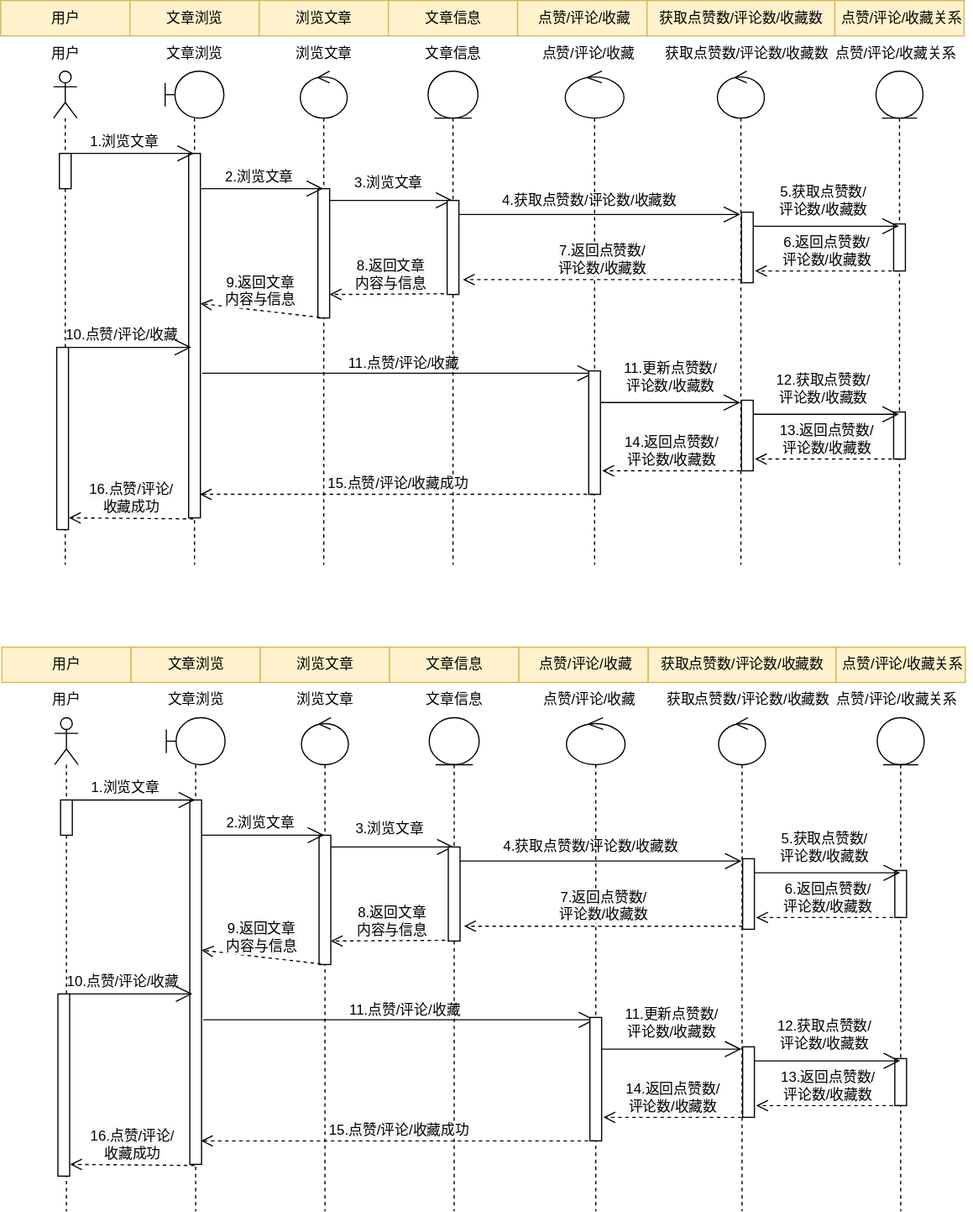
Before: 文章浏览序列图.drawio.svg, a diagram exported from draw.io (WuShangMo/SquidGame1). Source tidied: cells renumbered, new cells last; positions are measured from the earlier drawing's top-left corner, leaving out a move shared by most shapes.
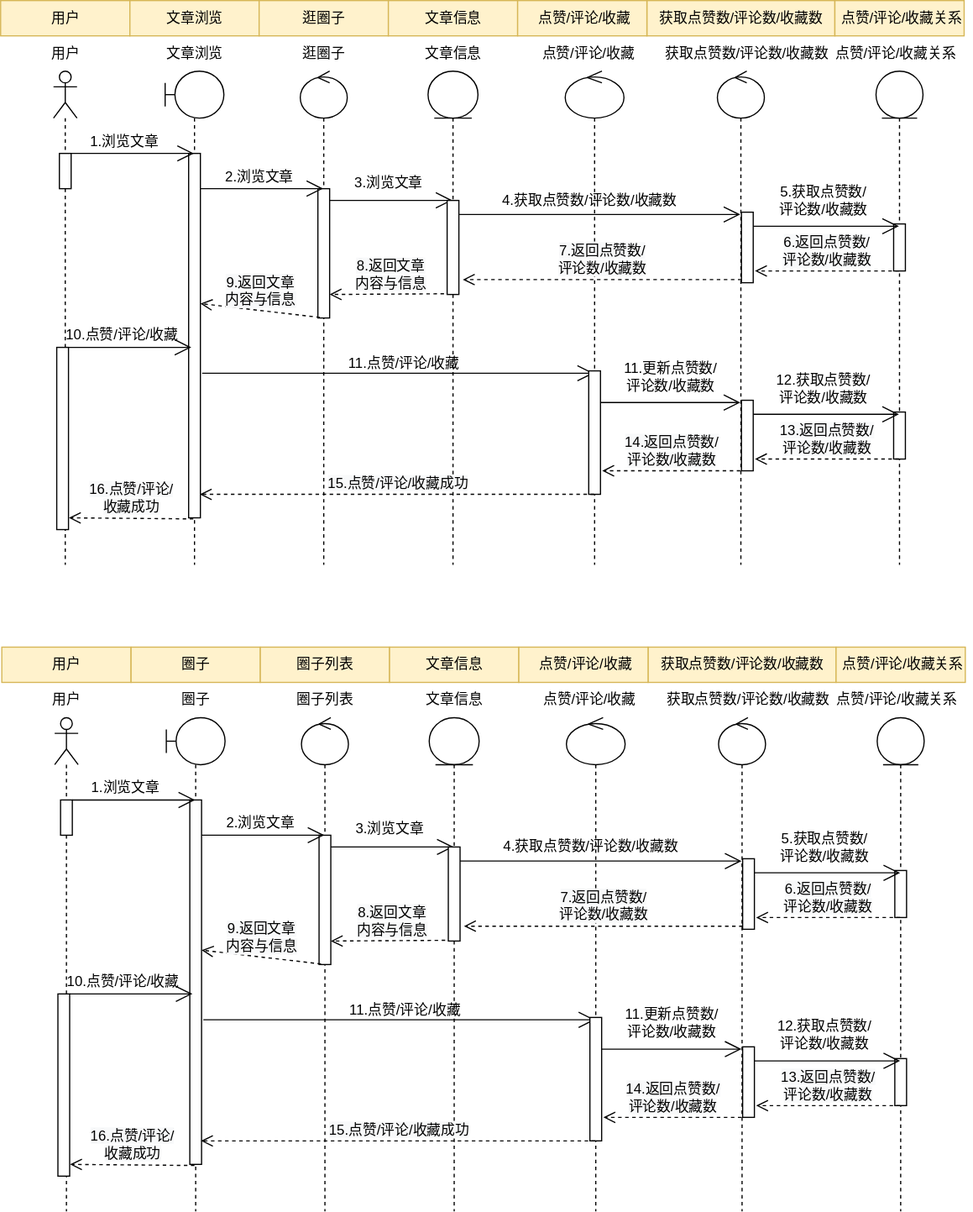
The same file after the commit.

Commit message:
更新文章浏览序列图.drawio.svg

The edit, as a diff of the source:
```diff
@@ -8,7 +8,7 @@
     <mxCell id="3" value="文章浏览" style="html=1;fillColor=#fff2cc;strokeColor=#d6b656;" parent="1" vertex="1">
       <mxGeometry x="110" width="110" height="30" as="geometry" />
     </mxCell>
-    <mxCell id="4" value="浏览文章" style="html=1;fillColor=#fff2cc;strokeColor=#d6b656;" parent="1" vertex="1">
+    <mxCell id="4" value="逛圈子" style="html=1;fillColor=#fff2cc;strokeColor=#d6b656;" parent="1" vertex="1">
       <mxGeometry x="220" width="110" height="30" as="geometry" />
     </mxCell>
     <mxCell id="5" value="文章信息" style="html=1;fillColor=#fff2cc;strokeColor=#d6b656;" parent="1" vertex="1">
@@ -103,8 +103,8 @@
     <mxCell id="30" value="文章浏览" style="text;html=1;align=center;verticalAlign=middle;strokeColor=none;fillColor=none;" parent="1" vertex="1">
       <mxGeometry x="130" y="30" width="70" height="30" as="geometry" />
     </mxCell>
-    <mxCell id="31" value="浏览文章" style="text;html=1;align=center;verticalAlign=middle;strokeColor=none;fillColor=none;" parent="1" vertex="1">
-      <mxGeometry x="240" y="30" width="70" height="30" as="geometry" />
+    <mxCell id="31" value="逛圈子" style="text;html=1;align=center;verticalAlign=middle;strokeColor=none;fillColor=none;" parent="1" vertex="1">
+      <mxGeometry x="245" y="30" width="60" height="30" as="geometry" />
     </mxCell>
     <mxCell id="32" value="文章信息" style="text;html=1;align=center;verticalAlign=middle;strokeColor=none;fillColor=none;" parent="1" vertex="1">
       <mxGeometry x="350" y="30" width="70" height="30" as="geometry" />
@@ -213,10 +213,10 @@
     <mxCell id="59" value="用户" style="html=1;fillColor=#fff2cc;strokeColor=#d6b656;" parent="1" vertex="1">
       <mxGeometry x="1" y="550" width="110" height="30" as="geometry" />
     </mxCell>
-    <mxCell id="60" value="文章浏览" style="html=1;fillColor=#fff2cc;strokeColor=#d6b656;" parent="1" vertex="1">
+    <mxCell id="60" value="圈子" style="html=1;fillColor=#fff2cc;strokeColor=#d6b656;" parent="1" vertex="1">
       <mxGeometry x="111" y="550" width="110" height="30" as="geometry" />
     </mxCell>
-    <mxCell id="61" value="浏览文章" style="html=1;fillColor=#fff2cc;strokeColor=#d6b656;" parent="1" vertex="1">
+    <mxCell id="61" value="圈子列表" style="html=1;fillColor=#fff2cc;strokeColor=#d6b656;" parent="1" vertex="1">
       <mxGeometry x="221" y="550" width="110" height="30" as="geometry" />
     </mxCell>
     <mxCell id="62" value="文章信息" style="html=1;fillColor=#fff2cc;strokeColor=#d6b656;" parent="1" vertex="1">
@@ -308,10 +308,10 @@
     <mxCell id="86" style="shape=umlLifeline;participant=umlControl;perimeter=lifelinePerimeter;whiteSpace=wrap;html=1;verticalAlign=top;spacingTop=36;outlineConnect=0;" parent="1" vertex="1">
       <mxGeometry x="611" y="610" width="40" height="420" as="geometry" />
     </mxCell>
-    <mxCell id="87" value="文章浏览" style="text;html=1;align=center;verticalAlign=middle;strokeColor=none;fillColor=none;" parent="1" vertex="1">
-      <mxGeometry x="131" y="580" width="70" height="30" as="geometry" />
+    <mxCell id="87" value="圈子" style="text;html=1;align=center;verticalAlign=middle;strokeColor=none;fillColor=none;" parent="1" vertex="1">
+      <mxGeometry x="141" y="580" width="50" height="30" as="geometry" />
     </mxCell>
-    <mxCell id="88" value="浏览文章" style="text;html=1;align=center;verticalAlign=middle;strokeColor=none;fillColor=none;" parent="1" vertex="1">
+    <mxCell id="88" value="圈子列表" style="text;html=1;align=center;verticalAlign=middle;strokeColor=none;fillColor=none;" parent="1" vertex="1">
       <mxGeometry x="241" y="580" width="70" height="30" as="geometry" />
     </mxCell>
     <mxCell id="89" value="文章信息" style="text;html=1;align=center;verticalAlign=middle;strokeColor=none;fillColor=none;" parent="1" vertex="1">
```
